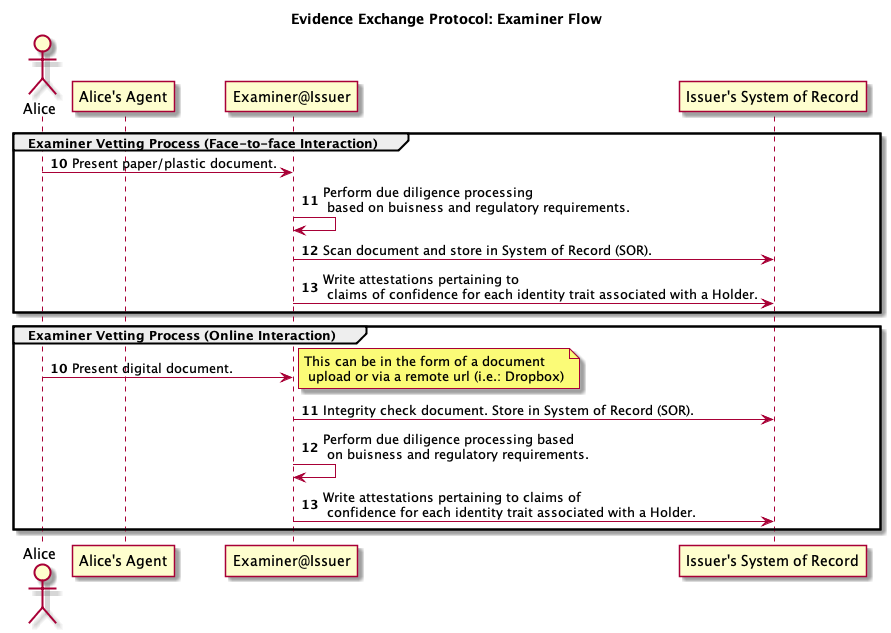
The PlantUML diagram features/0116-evidence-exchange/img/examine_flow.png in hyperledger/aries-rfcs, before a commit. Its source is kept beside it as features/0116-evidence-exchange/img/src/examine_flow.puml.
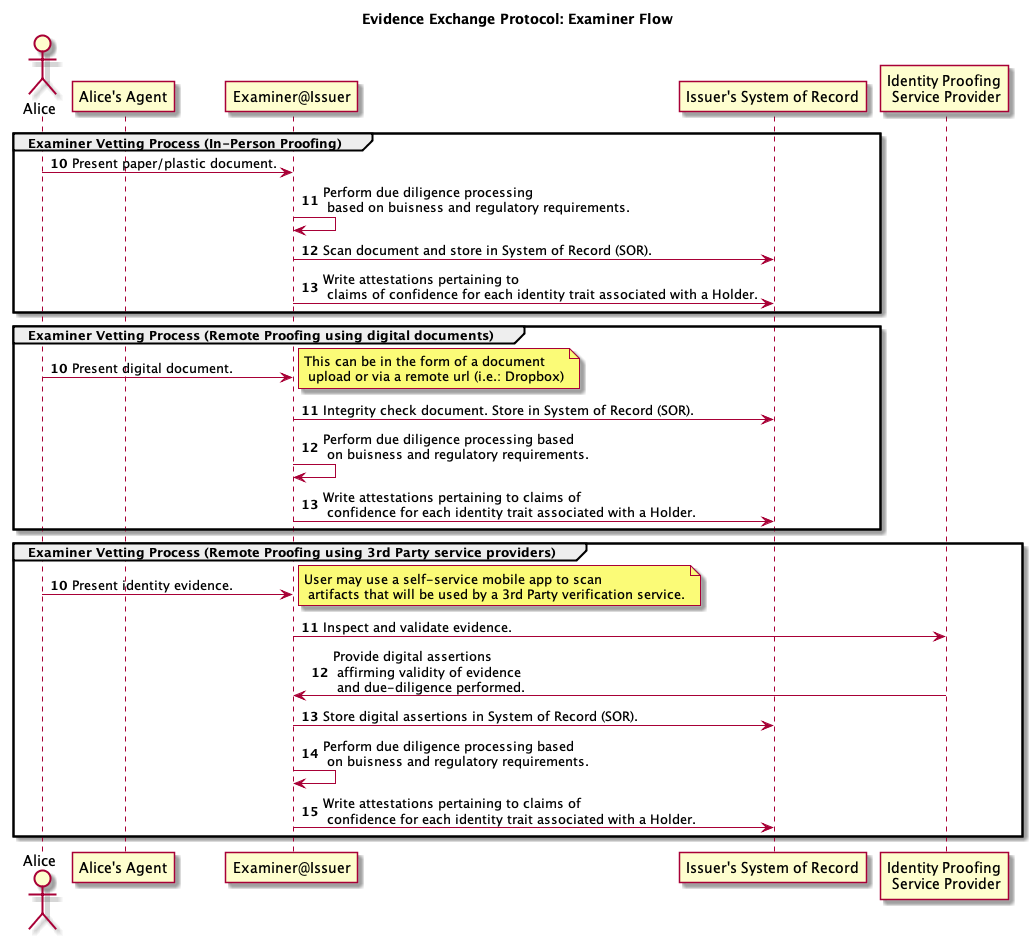
The same diagram one commit later.

The edit, as a diff of the source:
```diff
@@ -6,8 +6,9 @@
 participant HOLDER as "Alice's Agent"
 participant EXAMINER as "Examiner@Issuer"
 participant ISOR as "Issuer's System of Record"
+participant IPSP as "Identity Proofing\n Service Provider"
 
-group Examiner Vetting Process (Face-to-face Interaction)
+group Examiner Vetting Process (In-Person Proofing)
 autonumber 10
 PERSON->EXAMINER: Present paper/plastic document.
 EXAMINER->EXAMINER: Perform due diligence processing\n based on buisness and regulatory requirements.
@@ -15,7 +16,7 @@
 EXAMINER->ISOR: Write attestations pertaining to\n claims of confidence for each identity trait associated with a Holder.
 end
 
-group Examiner Vetting Process (Online Interaction)
+group Examiner Vetting Process (Remote Proofing using digital documents)
 autonumber 10
 PERSON->EXAMINER: Present digital document.
 note right: This can be in the form of a document\n upload or via a remote url (i.e.: Dropbox)
@@ -24,4 +25,15 @@
 EXAMINER->ISOR: Write attestations pertaining to claims of\n confidence for each identity trait associated with a Holder.
 end
 
+group Examiner Vetting Process (Remote Proofing using 3rd Party service providers)
+autonumber 10
+PERSON->EXAMINER: Present identity evidence.
+note right: User may use a self-service mobile app to scan\n artifacts that will be used by a 3rd Party verification service.
+EXAMINER->IPSP: Inspect and validate evidence.
+IPSP->EXAMINER: Provide digital assertions\n affirming validity of evidence\n and due-diligence performed.
+EXAMINER->ISOR: Store digital assertions in System of Record (SOR).
+EXAMINER->EXAMINER: Perform due diligence processing based\n on buisness and regulatory requirements.
+EXAMINER->ISOR: Write attestations pertaining to claims of\n confidence for each identity trait associated with a Holder.
+end
+
 @enduml
```
